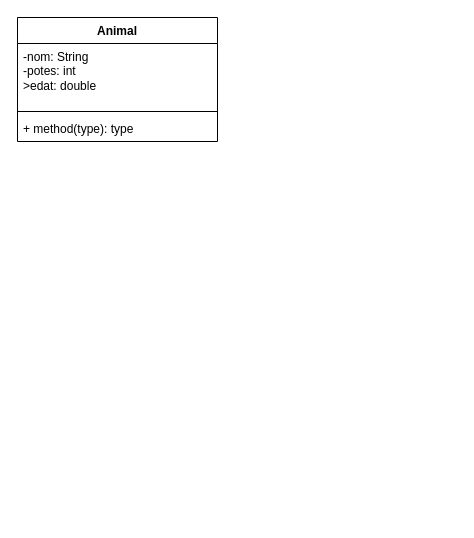
JanPr14/0485_Programacio keeps this draw.io diagram as Animals.drawio. Above is the earlier version. Source tidied: cells renumbered, new cells numbered last; positions are measured from the earlier drawing's top-left corner, leaving out a move shared by most shapes. Both pictures are drawn from the tidied source at 100%, with x=0, y=0 at pixel (17, 17).
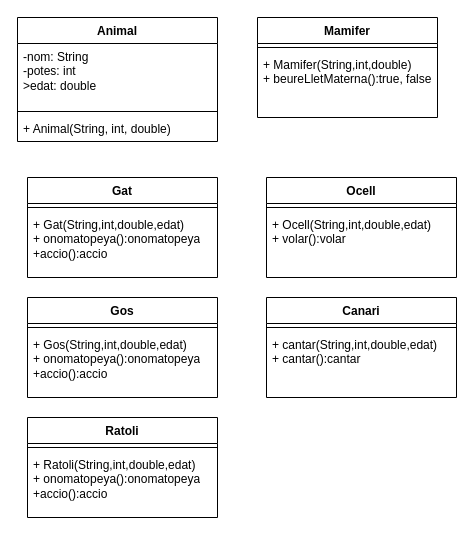
After the change.

Unchanged cells that the change refers to:
```xml
<mxCell id="2" value="Animal" style="swimlane;fontStyle=1;align=center;verticalAlign=top;horizontal=1;startSize=26;whiteSpace=wrap;html=1;" parent="1" vertex="1">
  <mxGeometry width="200" height="124" as="geometry" />
</mxCell>
```

The edit, as a diff of the source:
```diff
@@
-    <mxCell id="5" value="+ method(type): type" style="text;strokeColor=none;fillColor=none;align=left;verticalAlign=top;spacingLeft=4;spacingRight=4;overflow=hidden;whiteSpace=wrap;html=1;" parent="2" vertex="1">
+    <mxCell id="5" value="+ Animal(String, int, double)" style="text;strokeColor=none;fillColor=none;align=left;verticalAlign=top;spacingLeft=4;spacingRight=4;overflow=hidden;whiteSpace=wrap;html=1;" parent="2" vertex="1">
       <mxGeometry y="98" width="200" height="26" as="geometry" />
     </mxCell>
+    <mxCell id="6" value="Mamifer" style="swimlane;fontStyle=1;align=center;verticalAlign=top;horizontal=1;startSize=26;whiteSpace=wrap;html=1;" parent="1" vertex="1">
+      <mxGeometry x="240" width="180" height="100" as="geometry" />
+    </mxCell>
+    <mxCell id="7" style="line;strokeWidth=1;fillColor=none;align=left;verticalAlign=middle;spacingTop=-1;spacingLeft=3;spacingRight=3;labelPosition=right;strokeColor=inherit;" parent="6" vertex="1">
+      <mxGeometry y="26" width="180" height="8" as="geometry" />
+    </mxCell>
+    <mxCell id="8" value="+ Mamifer(String,int,double)&lt;div&gt;+ beureLletMaterna():true, false&lt;/div&gt;" style="text;strokeColor=none;fillColor=none;align=left;verticalAlign=top;spacingLeft=4;spacingRight=4;overflow=hidden;whiteSpace=wrap;html=1;" parent="6" vertex="1">
+      <mxGeometry y="34" width="180" height="66" as="geometry" />
+    </mxCell>
+    <mxCell id="9" value="Gat" style="swimlane;fontStyle=1;align=center;verticalAlign=top;horizontal=1;startSize=26;whiteSpace=wrap;html=1;" parent="1" vertex="1">
+      <mxGeometry x="10" y="160" width="190" height="100" as="geometry" />
+    </mxCell>
+    <mxCell id="10" style="line;strokeWidth=1;fillColor=none;align=left;verticalAlign=middle;spacingTop=-1;spacingLeft=3;spacingRight=3;labelPosition=right;strokeColor=inherit;" parent="9" vertex="1">
+      <mxGeometry y="26" width="190" height="8" as="geometry" />
+    </mxCell>
+    <mxCell id="11" value="+ Gat(String,int,double,edat)&lt;div&gt;+ onomatopeya():onomatopeya&lt;/div&gt;&lt;div&gt;+accio():accio&lt;/div&gt;" style="text;strokeColor=none;fillColor=none;align=left;verticalAlign=top;spacingLeft=4;spacingRight=4;overflow=hidden;whiteSpace=wrap;html=1;" parent="9" vertex="1">
+      <mxGeometry y="34" width="190" height="66" as="geometry" />
+    </mxCell>
+    <mxCell id="12" value="Gos" style="swimlane;fontStyle=1;align=center;verticalAlign=top;horizontal=1;startSize=26;whiteSpace=wrap;html=1;" parent="1" vertex="1">
+      <mxGeometry x="10" y="280" width="190" height="100" as="geometry" />
+    </mxCell>
+    <mxCell id="13" style="line;strokeWidth=1;fillColor=none;align=left;verticalAlign=middle;spacingTop=-1;spacingLeft=3;spacingRight=3;labelPosition=right;strokeColor=inherit;" parent="12" vertex="1">
+      <mxGeometry y="26" width="190" height="8" as="geometry" />
+    </mxCell>
+    <mxCell id="14" value="+ Gos(String,int,double,edat)&lt;div&gt;+ onomatopeya():onomatopeya&lt;/div&gt;&lt;div&gt;+accio():accio&lt;/div&gt;" style="text;strokeColor=none;fillColor=none;align=left;verticalAlign=top;spacingLeft=4;spacingRight=4;overflow=hidden;whiteSpace=wrap;html=1;" parent="12" vertex="1">
+      <mxGeometry y="34" width="190" height="66" as="geometry" />
+    </mxCell>
+    <mxCell id="15" value="Ratoli" style="swimlane;fontStyle=1;align=center;verticalAlign=top;horizontal=1;startSize=26;whiteSpace=wrap;html=1;" parent="1" vertex="1">
+      <mxGeometry x="10" y="400" width="190" height="100" as="geometry" />
+    </mxCell>
+    <mxCell id="16" style="line;strokeWidth=1;fillColor=none;align=left;verticalAlign=middle;spacingTop=-1;spacingLeft=3;spacingRight=3;labelPosition=right;strokeColor=inherit;" parent="15" vertex="1">
+      <mxGeometry y="26" width="190" height="8" as="geometry" />
+    </mxCell>
+    <mxCell id="17" value="+ Ratoli(String,int,double,edat)&lt;div&gt;+ onomatopeya():onomatopeya&lt;/div&gt;&lt;div&gt;+accio():accio&lt;/div&gt;" style="text;strokeColor=none;fillColor=none;align=left;verticalAlign=top;spacingLeft=4;spacingRight=4;overflow=hidden;whiteSpace=wrap;html=1;" parent="15" vertex="1">
+      <mxGeometry y="34" width="190" height="66" as="geometry" />
+    </mxCell>
+    <mxCell id="18" value="Ocell" style="swimlane;fontStyle=1;align=center;verticalAlign=top;horizontal=1;startSize=26;whiteSpace=wrap;html=1;" parent="1" vertex="1">
+      <mxGeometry x="249" y="160" width="190" height="100" as="geometry" />
+    </mxCell>
+    <mxCell id="19" style="line;strokeWidth=1;fillColor=none;align=left;verticalAlign=middle;spacingTop=-1;spacingLeft=3;spacingRight=3;labelPosition=right;strokeColor=inherit;" parent="18" vertex="1">
+      <mxGeometry y="26" width="190" height="8" as="geometry" />
+    </mxCell>
+    <mxCell id="20" value="+ Ocell(String,int,double,edat)&lt;div&gt;+ volar&lt;span style=&quot;background-color: transparent; color: light-dark(rgb(0, 0, 0), rgb(255, 255, 255));&quot;&gt;():volar&lt;/span&gt;&lt;/div&gt;" style="text;strokeColor=none;fillColor=none;align=left;verticalAlign=top;spacingLeft=4;spacingRight=4;overflow=hidden;whiteSpace=wrap;html=1;" parent="18" vertex="1">
+      <mxGeometry y="34" width="190" height="66" as="geometry" />
+    </mxCell>
+    <mxCell id="21" value="Canari" style="swimlane;fontStyle=1;align=center;verticalAlign=top;horizontal=1;startSize=26;whiteSpace=wrap;html=1;" parent="1" vertex="1">
+      <mxGeometry x="249" y="280" width="190" height="100" as="geometry" />
+    </mxCell>
+    <mxCell id="22" style="line;strokeWidth=1;fillColor=none;align=left;verticalAlign=middle;spacingTop=-1;spacingLeft=3;spacingRight=3;labelPosition=right;strokeColor=inherit;" parent="21" vertex="1">
+      <mxGeometry y="26" width="190" height="8" as="geometry" />
+    </mxCell>
+    <mxCell id="23" value="+ cantar(String,int,double,edat)&lt;div&gt;+ cantar&lt;span style=&quot;background-color: transparent; color: light-dark(rgb(0, 0, 0), rgb(255, 255, 255));&quot;&gt;():cantar&lt;/span&gt;&lt;/div&gt;" style="text;strokeColor=none;fillColor=none;align=left;verticalAlign=top;spacingLeft=4;spacingRight=4;overflow=hidden;whiteSpace=wrap;html=1;" parent="21" vertex="1">
+      <mxGeometry y="34" width="190" height="66" as="geometry" />
+    </mxCell>
```
